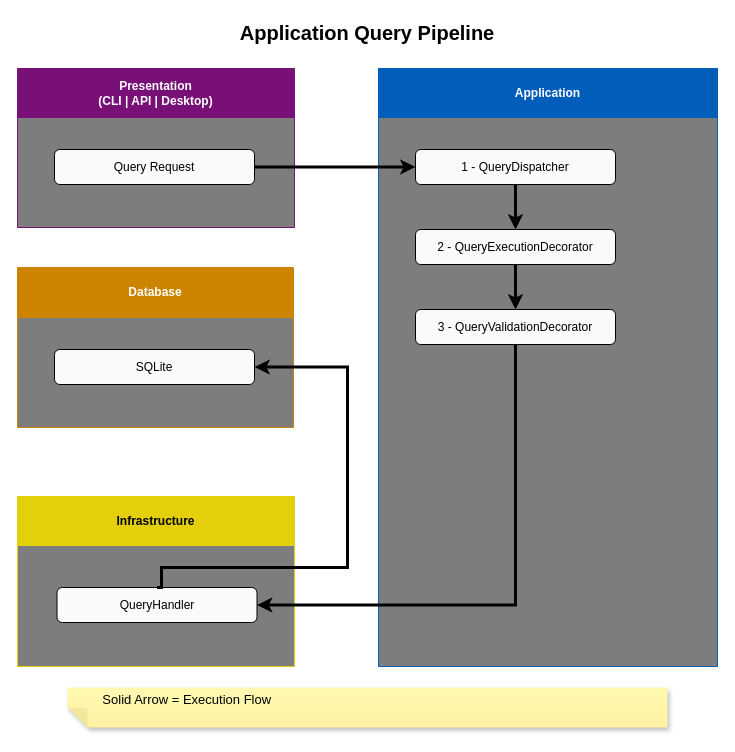
The draw.io diagram docs/application/application-query-pipeline.drawio in sergio-lopes-developer/whoami, before the edit. Source tidied: cells renumbered, new cells numbered last; positions are measured from the earlier drawing's top-left corner, leaving out a move shared by most shapes. Both pictures are drawn from the tidied source at 100%, with x=0, y=0 at pixel (17, 17).
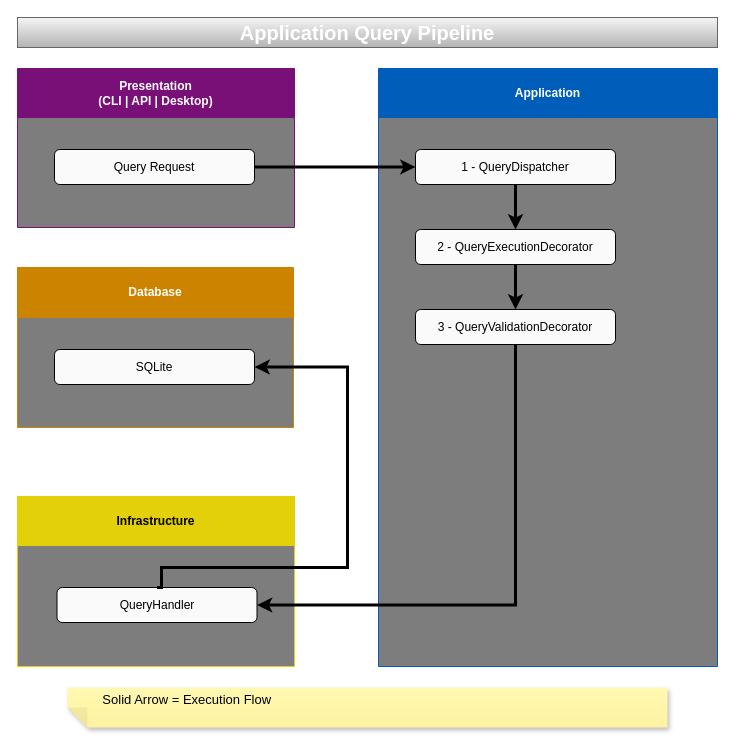
The same diagram, later.

Commit message (it also covers changes not shown here):
docs: add diagram title backgrounds

The edit, as a diff of the source:
```diff
@@
-    <mxCell id="13" value="&lt;font style=&quot;color: light-dark(rgb(0, 0, 0), rgb(255, 255, 255));&quot;&gt;Application Query Pipeline&lt;/font&gt;" style="text;html=1;whiteSpace=wrap;strokeColor=none;fillColor=none;align=center;verticalAlign=middle;rounded=0;gradientColor=none;fontSize=20;fontStyle=1;fontColor=light-dark(#000000,#FFFFFF);" parent="1" vertex="1">
+    <mxCell id="13" value="&lt;font style=&quot;color: light-dark(rgb(255, 255, 255), rgb(255, 255, 255));&quot;&gt;Application Query Pipeline&lt;/font&gt;" style="text;html=1;whiteSpace=wrap;strokeColor=#666666;fillColor=#f5f5f5;align=center;verticalAlign=middle;rounded=0;gradientColor=#b3b3b3;fontSize=20;fontStyle=1;fontColor=light-dark(#FFFFFF,#FFFFFF);" parent="1" vertex="1">
       <mxGeometry width="700" height="30" as="geometry" />
     </mxCell>
```
